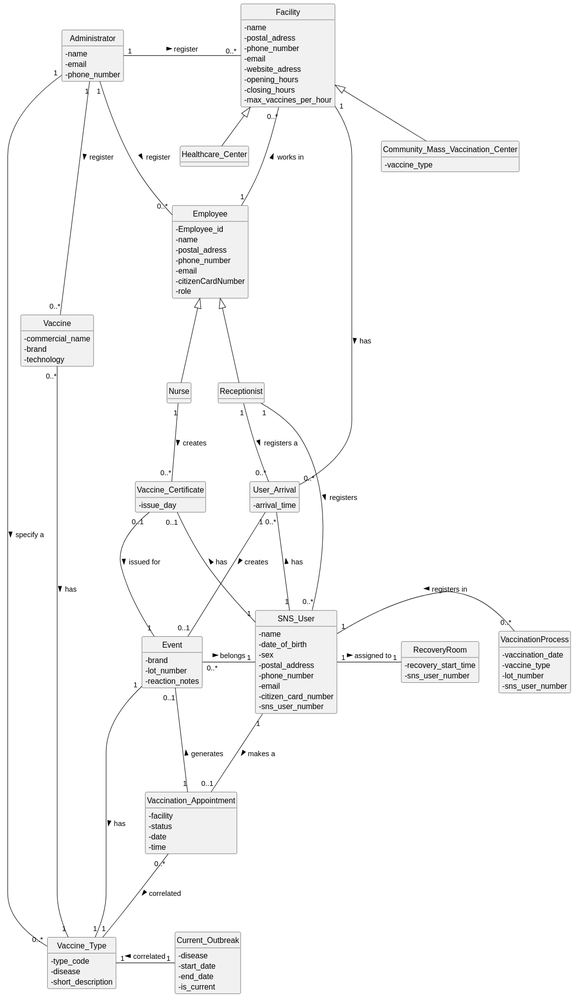
The PlantUML diagram docs/system-documentation/global-artifacts/svg/DM.svg in Parafita123/leti-esoft-25-26-B1, before a commit. Source of this version:
```plantuml
@startuml
skinparam classAttributeIconSize 0
hide circle
hide methods

class Vaccine {
    - commercial_name
    - brand
    - technology
}

class Vaccine_Type {
    - type_code
    - disease
    - short_description
}

class Facility {
    - name
    - postal_adress
    - phone_number
    - email
    - website_adress
    - opening_hours
    - closing_hours
    - max_vaccines_per_hour
}

class Employee {
    - Employee_id
    - name
    - postal_adress
    - phone_number
    - email
    -citizenCardNumber
    - role
}

class SNS_User {
    - name
    - date_of_birth
    - sex
    - postal_address
    - phone_number
    - email
    - citizen_card_number
    - sns_user_number
}

class Vaccination_Appointment {
    - facility
    - status
    - date
    - time
}

class Current_Outbreak {
    - disease
    - start_date
    - end_date
    - is_current
}

class Community_Mass_Vaccination_Center {
    - vaccine_type
}

class Healthcare_Center {
}

class Nurse {
}

class Receptionist {
}

class Event {
    - brand
    - lot_number
    - reaction_notes
}

class Administrator {
    - name
    - email
    - phone_number
}

class Vaccine_Certificate {
    - issue_day
}

class VaccinationProcess {
    - vaccination_date
    - vaccine_type
    - lot_number
    - sns_user_number
}

class RecoveryRoom {
    - recovery_start_time
    - sns_user_number
}

class User_Arrival{
    - arrival_time
}

Employee <|-- Nurse
Employee <|-- Receptionist

Facility <|-- Community_Mass_Vaccination_Center
Facility <|-- Healthcare_Center

Employee "1" -up-- "0..*" Facility : works in >

Administrator "1" -right-- "0..*" Employee: register >

Administrator "1" -down-- "0..*" Vaccine: register >

Administrator "1" -right-- "0..*" Facility: register >

Administrator "1" -down-- "0..*" Vaccine_Type: specify a >

SNS_User "1" -down-- "0..1" Vaccination_Appointment: makes a >

Receptionist "1" -right-- "0..*" SNS_User: registers >

Current_Outbreak "1" -left-- "1" Vaccine_Type: correlated >

Vaccine "0..*" -right-- "1" Vaccine_Type: has >

Nurse "1" -down-- "0..*" Vaccine_Certificate: creates >

Vaccine_Certificate "0..1" -down-- "1" Event: issued for >

Receptionist "1" -down-- "0..*" User_Arrival: registers a >

User_Arrival "1" -down-- "0..1" Event: creates >

SNS_User "1" -up-- "0..*" User_Arrival: has >

Facility "1" -down-- "0..*" User_Arrival: has >

Vaccination_Appointment "0..*" -down-- "1" Vaccine_Type: correlated >

Vaccination_Appointment "1" -up-- "0..1" Event: generates >

Event "0..*" -right-- "1" SNS_User: belongs >

Event "1" -down-- "1" Vaccine_Type:has >

SNS_User "1"  -left-- "0..1" Vaccine_Certificate: has >

VaccinationProcess "0..*" -left-- "1" SNS_User: registers in >


SNS_User "1" -right-- "1" RecoveryRoom: assigned to >
@enduml
```
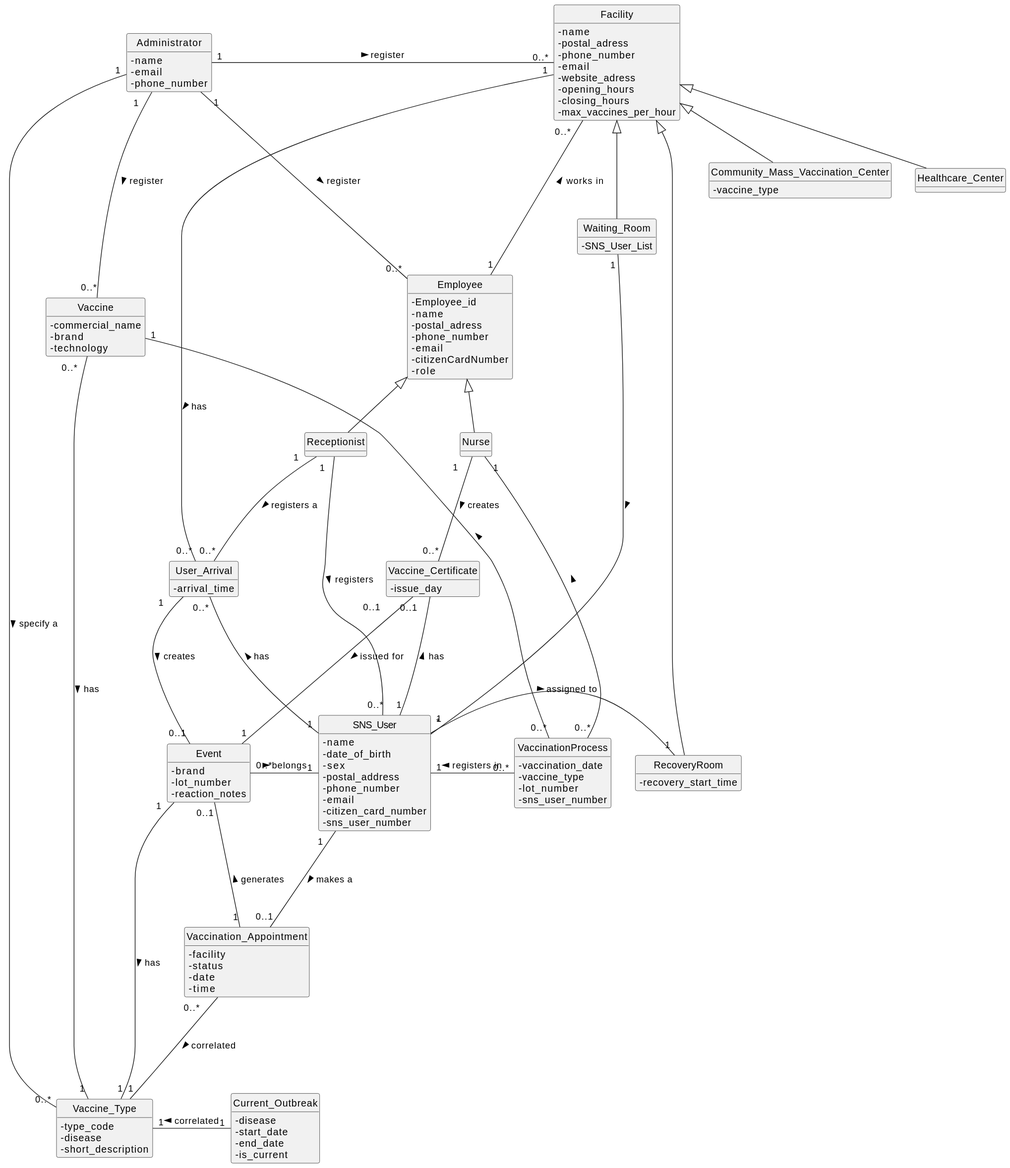
After the change.

Change to the diagram source:
```diff
@@ -25,6 +25,11 @@
     - closing_hours
     - max_vaccines_per_hour
 }
+
+class Waiting_Room{
+    -SNS_User_List
+    }
+
 
 class Employee {
     - Employee_id
@@ -99,7 +104,6 @@
 
 class RecoveryRoom {
     - recovery_start_time
-    - sns_user_number
 }
 
 class User_Arrival{
@@ -111,6 +115,11 @@
 
 Facility <|-- Community_Mass_Vaccination_Center
 Facility <|-- Healthcare_Center
+
+Facility <|-- Waiting_Room
+Facility <|-- RecoveryRoom
+
+Waiting_Room "1" -down-- "*" SNS_User: >
 
 Employee "1" -up-- "0..*" Facility : works in >
 
@@ -154,6 +163,9 @@
 
 VaccinationProcess "0..*" -left-- "1" SNS_User: registers in >
 
+VaccinationProcess "0..*" -left-- "1" Nurse:  >
+
+VaccinationProcess "0..*" -left-- "1" Vaccine:  >
 
 SNS_User "1" -right-- "1" RecoveryRoom: assigned to >
 @enduml
```
